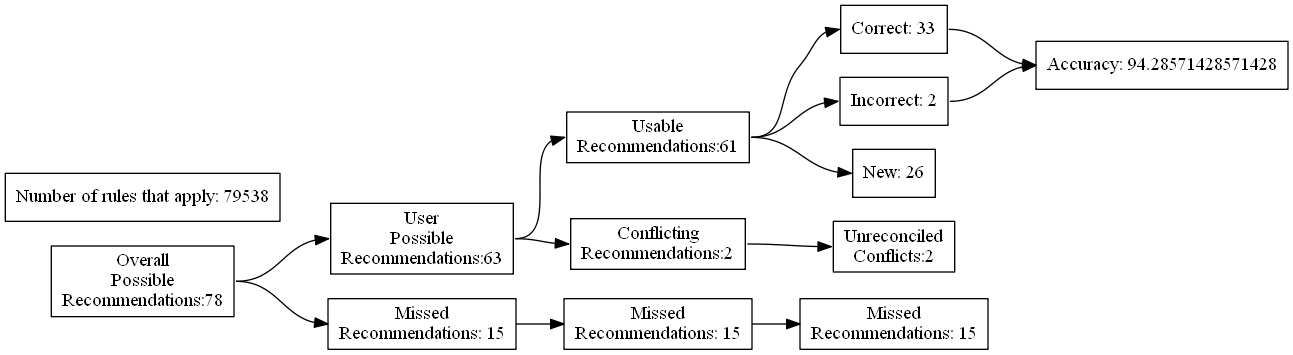
This is test_renders/104.gv.png from ZaxR/ibd_diet_analysis, a Graphviz export, as it was before one commit. Its source is kept beside it as test_renders/104.gv.
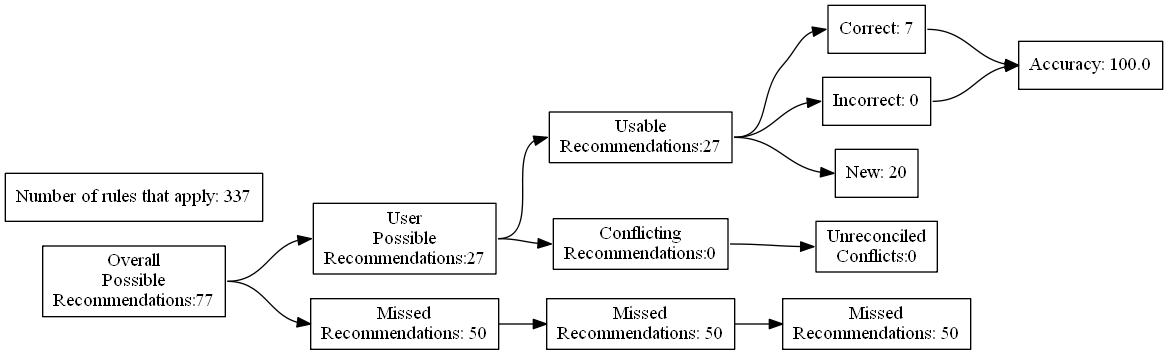
Later version of the same file.

Change to the diagram source:
```diff
@@ -4,27 +4,27 @@
 	edge [headport=w tailport=e]
 		A [label="Overall
 Possible
-Recommendations:78"]
+Recommendations:77"]
 		B [label="User
 Possible
-Recommendations:63"]
+Recommendations:27"]
 		C [label="Missed
-Recommendations: 15"]
+Recommendations: 50"]
 		D [label="Usable
-Recommendations:61"]
+Recommendations:27"]
 		E [label="Conflicting
-Recommendations:2"]
+Recommendations:0"]
 		J [label="Missed
-Recommendations: 15"]
+Recommendations: 50"]
 		M [label="Unreconciled
-Conflicts:2"]
-		F [label="Correct: 33"]
-		G [label="Incorrect: 2"]
-		H [label="New: 26"]
+Conflicts:0"]
+		F [label="Correct: 7"]
+		G [label="Incorrect: 0"]
+		H [label="New: 20"]
 		K [label="Missed
-Recommendations: 15"]
-		I [label="Accuracy: 94.28571428571428"]
-		l [label="Number of rules that apply: 79538"]
+Recommendations: 50"]
+		I [label="Accuracy: 100.0"]
+		l [label="Number of rules that apply: 337"]
 			A -> B
 			A -> C
 			B -> D
```
